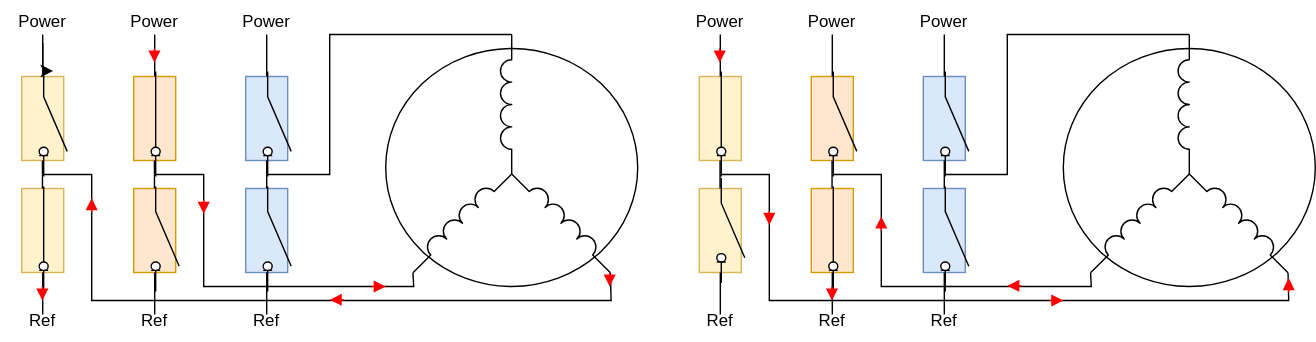
This is 01-documentation/svg_files/esc_commutation_principle.drawio.svg from stephaneamans/ESC_Brushless, a draw.io export, as it was before one commit. Source tidied: cells renumbered, new cells last; positions are measured from the earlier drawing's top-left corner, leaving out a move shared by most shapes.
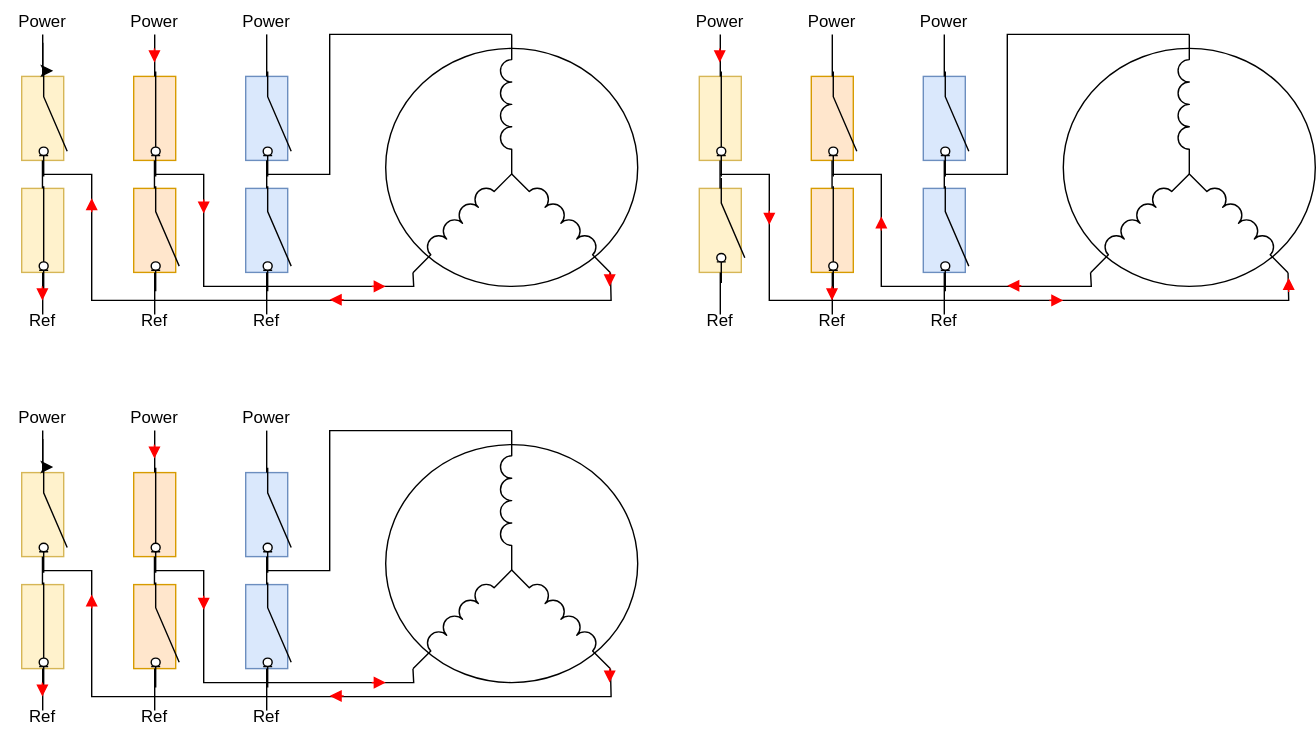
After the commit.

Change to the diagram source:
```diff
@@ -381,5 +381,196 @@
         <mxPoint x="920" y="198" as="targetPoint" />
       </mxGeometry>
     </mxCell>
+    <mxCell id="85" style="ellipse;whiteSpace=wrap;html=1;" parent="1" vertex="1">
+      <mxGeometry x="275" y="317" width="180" height="170" as="geometry" />
+    </mxCell>
+    <mxCell id="86" style="verticalLabelPosition=bottom;shadow=0;dashed=0;align=center;html=1;verticalAlign=top;shape=mxgraph.electrical.inductors.inductor_3;rotation=-45;" parent="1" vertex="1">
+      <mxGeometry x="277" y="435" width="100" height="8" as="geometry" />
+    </mxCell>
+    <mxCell id="87" style="verticalLabelPosition=bottom;shadow=0;dashed=0;align=center;html=1;verticalAlign=top;shape=mxgraph.electrical.inductors.inductor_3;rotation=-90;" parent="1" vertex="1">
+      <mxGeometry x="311" y="353" width="100" height="8" as="geometry" />
+    </mxCell>
+    <mxCell id="88" style="verticalLabelPosition=bottom;shadow=0;dashed=0;align=center;html=1;verticalAlign=top;shape=mxgraph.electrical.inductors.inductor_3;rotation=45;" parent="1" vertex="1">
+      <mxGeometry x="353" y="435" width="100" height="8" as="geometry" />
+    </mxCell>
+    <mxCell id="89" style="rounded=0;whiteSpace=wrap;html=1;fillColor=#dae8fc;strokeColor=#6c8ebf;" parent="1" vertex="1">
+      <mxGeometry x="175" y="337" width="30" height="60" as="geometry" />
+    </mxCell>
+    <mxCell id="90" style="rounded=0;whiteSpace=wrap;html=1;fillColor=#dae8fc;strokeColor=#6c8ebf;" parent="1" vertex="1">
+      <mxGeometry x="175" y="417" width="30" height="60" as="geometry" />
+    </mxCell>
+    <mxCell id="91" style="rounded=0;whiteSpace=wrap;html=1;fillColor=#ffe6cc;strokeColor=#d79b00;" parent="1" vertex="1">
+      <mxGeometry x="95" y="337" width="30" height="60" as="geometry" />
+    </mxCell>
+    <mxCell id="92" style="rounded=0;whiteSpace=wrap;html=1;fillColor=#ffe6cc;strokeColor=#d79b00;" parent="1" vertex="1">
+      <mxGeometry x="95" y="417" width="30" height="60" as="geometry" />
+    </mxCell>
+    <mxCell id="93" style="rounded=0;whiteSpace=wrap;html=1;fillColor=#fff2cc;strokeColor=#d6b656;" parent="1" vertex="1">
+      <mxGeometry x="15" y="337" width="30" height="60" as="geometry" />
+    </mxCell>
+    <mxCell id="94" style="rounded=0;whiteSpace=wrap;html=1;fillColor=#fff2cc;strokeColor=#d6b656;" parent="1" vertex="1">
+      <mxGeometry x="15" y="417" width="30" height="60" as="geometry" />
+    </mxCell>
+    <mxCell id="95" style="endArrow=none;html=1;rounded=0;exitX=0.5;exitY=0;exitDx=0;exitDy=0;entryX=0.5;entryY=1;entryDx=0;entryDy=0;" parent="1" edge="1" source="90" target="89">
+      <mxGeometry relative="1" as="geometry" />
+    </mxCell>
+    <mxCell id="96" style="endArrow=none;html=1;rounded=0;exitX=0.5;exitY=0;exitDx=0;exitDy=0;entryX=0.5;entryY=1;entryDx=0;entryDy=0;" parent="1" edge="1">
+      <mxGeometry relative="1" as="geometry">
+        <mxPoint x="109.8" y="417" as="sourcePoint" />
+        <mxPoint x="109.8" y="397" as="targetPoint" />
+      </mxGeometry>
+    </mxCell>
+    <mxCell id="97" style="endArrow=none;html=1;rounded=0;exitX=0.5;exitY=0;exitDx=0;exitDy=0;entryX=0.5;entryY=1;entryDx=0;entryDy=0;" parent="1" edge="1">
+      <mxGeometry relative="1" as="geometry">
+        <mxPoint x="29.8" y="417" as="sourcePoint" />
+        <mxPoint x="29.8" y="397" as="targetPoint" />
+      </mxGeometry>
+    </mxCell>
+    <mxCell id="98" style="endArrow=none;html=1;rounded=0;entryX=1;entryY=1;entryDx=0;entryDy=0;entryPerimeter=0;" parent="1" edge="1" target="87">
+      <mxGeometry relative="1" as="geometry">
+        <mxPoint x="190" y="407" as="sourcePoint" />
+        <Array as="points">
+          <mxPoint x="235" y="407" />
+          <mxPoint x="235" y="307" />
+        </Array>
+      </mxGeometry>
+    </mxCell>
+    <mxCell id="99" style="endArrow=none;html=1;rounded=0;entryX=0;entryY=1;entryDx=0;entryDy=0;entryPerimeter=0;" parent="1" edge="1" target="86">
+      <mxGeometry relative="1" as="geometry">
+        <mxPoint x="110" y="407" as="sourcePoint" />
+        <Array as="points">
+          <mxPoint x="145" y="407" />
+          <mxPoint x="145" y="487" />
+          <mxPoint x="295" y="487" />
+        </Array>
+      </mxGeometry>
+    </mxCell>
+    <mxCell id="100" style="endArrow=none;html=1;rounded=0;exitX=1;exitY=1;exitDx=0;exitDy=0;exitPerimeter=0;" parent="1" edge="1" source="88">
+      <mxGeometry relative="1" as="geometry">
+        <mxPoint x="30" y="407" as="targetPoint" />
+        <Array as="points">
+          <mxPoint x="436" y="497" />
+          <mxPoint x="65" y="497" />
+          <mxPoint x="65" y="407" />
+        </Array>
+      </mxGeometry>
+    </mxCell>
+    <mxCell id="101" style="endArrow=none;html=1;rounded=0;" parent="1" edge="1">
+      <mxGeometry relative="1" as="geometry">
+        <mxPoint x="30" y="337" as="sourcePoint" />
+        <mxPoint x="30" y="307" as="targetPoint" />
+      </mxGeometry>
+    </mxCell>
+    <mxCell id="102" style="endArrow=none;html=1;rounded=0;" parent="1" edge="1">
+      <mxGeometry relative="1" as="geometry">
+        <mxPoint x="30" y="507" as="sourcePoint" />
+        <mxPoint x="30" y="477" as="targetPoint" />
+      </mxGeometry>
+    </mxCell>
+    <mxCell id="103" style="edgeStyle=orthogonalEdgeStyle;rounded=0;jettySize=auto;html=1;" parent="1" edge="1" source="104" target="115">
+      <mxGeometry relative="1" as="geometry" />
+    </mxCell>
+    <mxCell id="104" value="Power" style="text;html=1;align=center;verticalAlign=middle;whiteSpace=wrap;rounded=0;" parent="1" vertex="1">
+      <mxGeometry y="283" width="60" height="30" as="geometry" />
+    </mxCell>
+    <mxCell id="105" value="Ref" style="text;html=1;align=center;verticalAlign=middle;whiteSpace=wrap;rounded=0;" parent="1" vertex="1">
+      <mxGeometry y="497" width="60" height="30" as="geometry" />
+    </mxCell>
+    <mxCell id="106" style="endArrow=none;html=1;rounded=0;" parent="1" edge="1">
+      <mxGeometry relative="1" as="geometry">
+        <mxPoint x="110" y="337" as="sourcePoint" />
+        <mxPoint x="110" y="307" as="targetPoint" />
+      </mxGeometry>
+    </mxCell>
+    <mxCell id="107" value="Power" style="text;html=1;align=center;verticalAlign=middle;whiteSpace=wrap;rounded=0;" parent="1" vertex="1">
+      <mxGeometry x="80" y="283" width="60" height="30" as="geometry" />
+    </mxCell>
+    <mxCell id="108" style="endArrow=none;html=1;rounded=0;" parent="1" edge="1">
+      <mxGeometry relative="1" as="geometry">
+        <mxPoint x="190" y="337" as="sourcePoint" />
+        <mxPoint x="190" y="307" as="targetPoint" />
+      </mxGeometry>
+    </mxCell>
+    <mxCell id="109" value="Power" style="text;html=1;align=center;verticalAlign=middle;whiteSpace=wrap;rounded=0;" parent="1" vertex="1">
+      <mxGeometry x="160" y="283" width="60" height="30" as="geometry" />
+    </mxCell>
+    <mxCell id="110" style="endArrow=none;html=1;rounded=0;" parent="1" edge="1">
+      <mxGeometry relative="1" as="geometry">
+        <mxPoint x="110" y="507" as="sourcePoint" />
+        <mxPoint x="110" y="477" as="targetPoint" />
+      </mxGeometry>
+    </mxCell>
+    <mxCell id="111" value="Ref" style="text;html=1;align=center;verticalAlign=middle;whiteSpace=wrap;rounded=0;" parent="1" vertex="1">
+      <mxGeometry x="80" y="497" width="60" height="30" as="geometry" />
+    </mxCell>
+    <mxCell id="112" style="endArrow=none;html=1;rounded=0;" parent="1" edge="1">
+      <mxGeometry relative="1" as="geometry">
+        <mxPoint x="190" y="507" as="sourcePoint" />
+        <mxPoint x="190" y="477" as="targetPoint" />
+      </mxGeometry>
+    </mxCell>
+    <mxCell id="113" value="Ref" style="text;html=1;align=center;verticalAlign=middle;whiteSpace=wrap;rounded=0;" parent="1" vertex="1">
+      <mxGeometry x="160" y="497" width="60" height="30" as="geometry" />
+    </mxCell>
+    <mxCell id="114" style="html=1;shape=mxgraph.electrical.electro-mechanical.switchDisconnector;elSwitchState=on;rotation=90;" parent="1" vertex="1">
+      <mxGeometry y="443" width="75" height="20" as="geometry" />
+    </mxCell>
+    <mxCell id="115" style="html=1;shape=mxgraph.electrical.electro-mechanical.switchDisconnector;elSwitchState=off;rotation=90;" parent="1" vertex="1">
+      <mxGeometry y="361" width="75" height="20" as="geometry" />
+    </mxCell>
+    <mxCell id="116" style="html=1;shape=mxgraph.electrical.electro-mechanical.switchDisconnector;elSwitchState=off;rotation=90;" parent="1" vertex="1">
+      <mxGeometry x="80" y="443" width="75" height="20" as="geometry" />
+    </mxCell>
+    <mxCell id="117" style="html=1;shape=mxgraph.electrical.electro-mechanical.switchDisconnector;elSwitchState=off;rotation=90;" parent="1" vertex="1">
+      <mxGeometry x="160" y="443" width="75" height="20" as="geometry" />
+    </mxCell>
+    <mxCell id="118" style="html=1;shape=mxgraph.electrical.electro-mechanical.switchDisconnector;elSwitchState=off;rotation=90;" parent="1" vertex="1">
+      <mxGeometry x="160" y="361" width="75" height="20" as="geometry" />
+    </mxCell>
+    <mxCell id="119" style="html=1;shape=mxgraph.electrical.electro-mechanical.switchDisconnector;elSwitchState=on;rotation=90;" parent="1" vertex="1">
+      <mxGeometry x="80" y="361" width="75" height="20" as="geometry" />
+    </mxCell>
+    <mxCell id="120" style="endArrow=block;html=1;rounded=0;strokeColor=#FF0000;endFill=1;" parent="1" edge="1">
+      <mxGeometry relative="1" as="geometry">
+        <mxPoint x="109.8" y="317" as="sourcePoint" />
+        <mxPoint x="109.8" y="327" as="targetPoint" />
+      </mxGeometry>
+    </mxCell>
+    <mxCell id="121" style="endArrow=block;html=1;rounded=0;strokeColor=#FF0000;endFill=1;" parent="1" edge="1">
+      <mxGeometry relative="1" as="geometry">
+        <mxPoint x="145" y="425" as="sourcePoint" />
+        <mxPoint x="145" y="435" as="targetPoint" />
+      </mxGeometry>
+    </mxCell>
+    <mxCell id="122" style="endArrow=block;html=1;rounded=0;strokeColor=#FF0000;endFill=1;" parent="1" edge="1">
+      <mxGeometry relative="1" as="geometry">
+        <mxPoint x="435" y="477" as="sourcePoint" />
+        <mxPoint x="435" y="487" as="targetPoint" />
+      </mxGeometry>
+    </mxCell>
+    <mxCell id="123" style="endArrow=block;html=1;rounded=0;strokeColor=#FF0000;endFill=1;" parent="1" edge="1">
+      <mxGeometry relative="1" as="geometry">
+        <mxPoint x="29.8" y="487" as="sourcePoint" />
+        <mxPoint x="29.8" y="497" as="targetPoint" />
+      </mxGeometry>
+    </mxCell>
+    <mxCell id="124" style="endArrow=block;html=1;rounded=0;strokeColor=#FF0000;endFill=1;" parent="1" edge="1">
+      <mxGeometry relative="1" as="geometry">
+        <mxPoint x="265" y="487" as="sourcePoint" />
+        <mxPoint x="275" y="487" as="targetPoint" />
+      </mxGeometry>
+    </mxCell>
+    <mxCell id="125" style="endArrow=block;html=1;rounded=0;strokeColor=#FF0000;endFill=1;" parent="1" edge="1">
+      <mxGeometry relative="1" as="geometry">
+        <mxPoint x="245" y="496.5" as="sourcePoint" />
+        <mxPoint x="235" y="496.5" as="targetPoint" />
+      </mxGeometry>
+    </mxCell>
+    <mxCell id="126" style="endArrow=block;html=1;rounded=0;strokeColor=#FF0000;endFill=1;" parent="1" edge="1">
+      <mxGeometry relative="1" as="geometry">
+        <mxPoint x="65" y="434" as="sourcePoint" />
+        <mxPoint x="65" y="424" as="targetPoint" />
+      </mxGeometry>
+    </mxCell>
   </root>
 </mxGraphModel>
```
